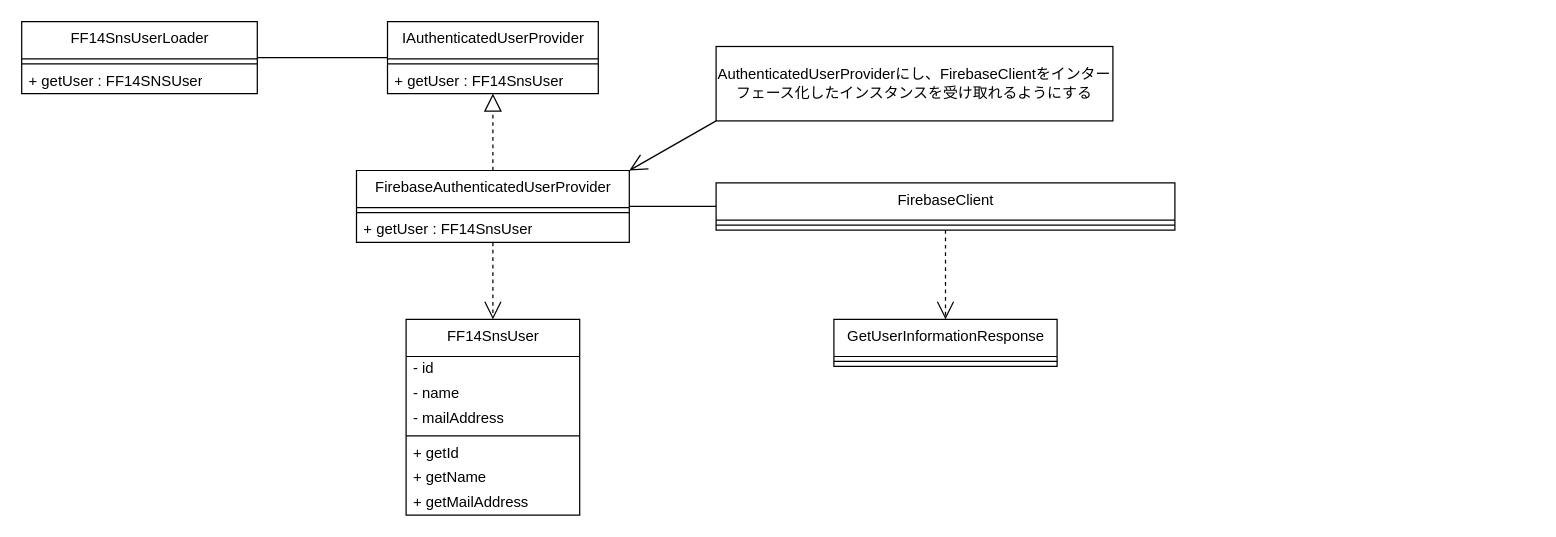
Earlier version of the draw.io diagram page "UserModule" (4 of 6) of ff14-sns.drawio (Mouwf/FF14SNS). Source tidied: cells renumbered, new cells numbered last; positions are measured from the earlier drawing's top-left corner, leaving out a move shared by most shapes. Both pictures are drawn from the tidied source at 124%, with x=0, y=0 at pixel (21, 21).
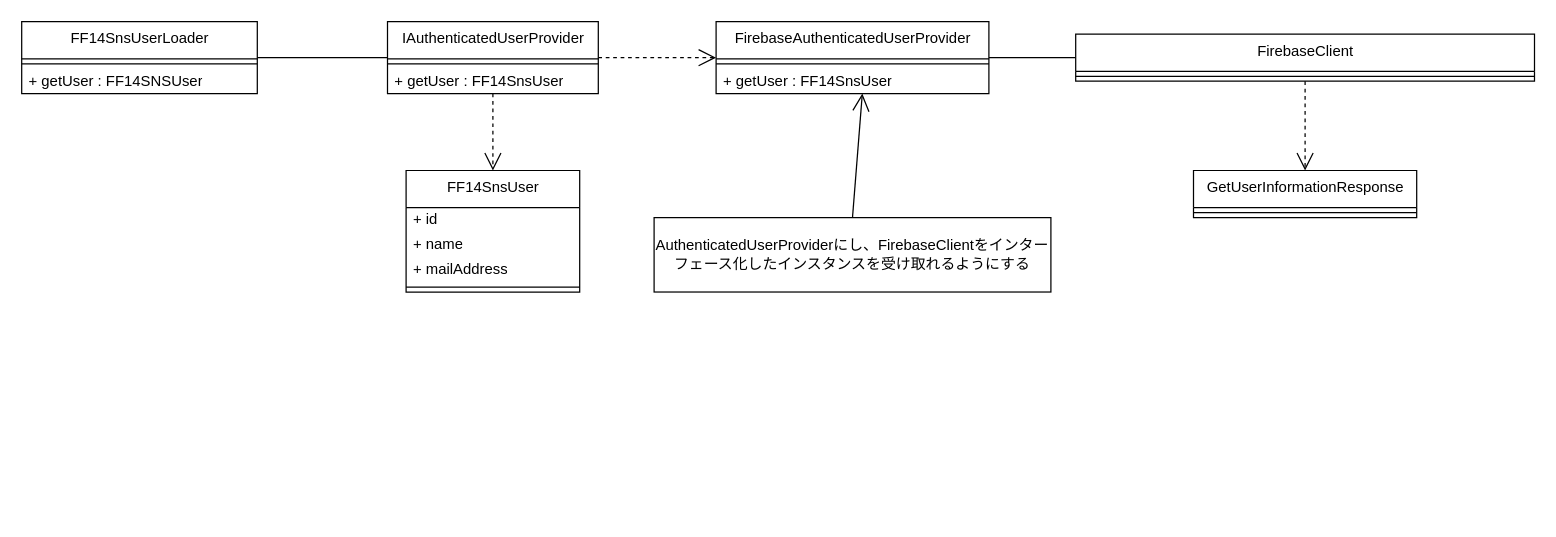
The same page after the edit.

The change refers to these unchanged cells:
```xml
<mxCell id="10" value="IAuthenticatedUserProvider" style="swimlane;fontStyle=0;align=center;verticalAlign=top;horizontal=1;startSize=30;html=1;" parent="1" vertex="1">
  <mxGeometry x="295" width="170" height="58" as="geometry" />
</mxCell>
<mxCell id="12" value="+ getUser : FF14SnsUser" style="text;html=1;strokeColor=none;fillColor=none;align=left;verticalAlign=middle;spacingLeft=4;spacingRight=4;overflow=hidden;points=[[0,0.5],[1,0.5]];portConstraint=eastwest;" parent="10" vertex="1">
  <mxGeometry y="38" width="170" height="20" as="geometry" />
</mxCell>
<mxCell id="18" value="+ getUser : FF14SnsUser" style="text;html=1;strokeColor=none;fillColor=none;align=left;verticalAlign=middle;spacingLeft=4;spacingRight=4;overflow=hidden;points=[[0,0.5],[1,0.5]];portConstraint=eastwest;" parent="16" vertex="1">
  <mxGeometry y="38" width="220" height="20" as="geometry" />
</mxCell>
```

Change to the diagram source:
```diff
@@
     <mxCell id="2" value="FF14SnsUser" style="swimlane;fontStyle=0;align=center;verticalAlign=top;horizontal=1;startSize=30;html=1;" parent="1" vertex="1">
-      <mxGeometry x="310" y="240" width="140" height="158" as="geometry" />
+      <mxGeometry x="310" y="120" width="140" height="98" as="geometry" />
     </mxCell>
-    <mxCell id="3" value="- id" style="text;html=1;strokeColor=none;fillColor=none;align=left;verticalAlign=middle;spacingLeft=4;spacingRight=4;overflow=hidden;" parent="2" vertex="1">
+    <mxCell id="3" value="+ id" style="text;html=1;strokeColor=none;fillColor=none;align=left;verticalAlign=middle;spacingLeft=4;spacingRight=4;overflow=hidden;" parent="2" vertex="1">
       <mxGeometry y="30" width="140" height="20" as="geometry" />
     </mxCell>
-    <mxCell id="4" value="- name" style="text;html=1;strokeColor=none;fillColor=none;align=left;verticalAlign=middle;spacingLeft=4;spacingRight=4;overflow=hidden;" parent="2" vertex="1">
+    <mxCell id="4" value="+ name" style="text;html=1;strokeColor=none;fillColor=none;align=left;verticalAlign=middle;spacingLeft=4;spacingRight=4;overflow=hidden;" parent="2" vertex="1">
       <mxGeometry y="50" width="140" height="20" as="geometry" />
     </mxCell>
-    <mxCell id="5" value="- mailAddress" style="text;html=1;strokeColor=none;fillColor=none;align=left;verticalAlign=middle;spacingLeft=4;spacingRight=4;overflow=hidden;" parent="2" vertex="1">
+    <mxCell id="5" value="+ mailAddress" style="text;html=1;strokeColor=none;fillColor=none;align=left;verticalAlign=middle;spacingLeft=4;spacingRight=4;overflow=hidden;" parent="2" vertex="1">
       <mxGeometry y="70" width="140" height="20" as="geometry" />
     </mxCell>
@@
-    <mxCell id="7" value="+ getId" style="text;html=1;strokeColor=none;fillColor=none;align=left;verticalAlign=middle;spacingLeft=4;spacingRight=4;overflow=hidden;" parent="2" vertex="1">
-      <mxGeometry y="98" width="140" height="20" as="geometry" />
-    </mxCell>
-    <mxCell id="8" value="+ getName" style="text;html=1;strokeColor=none;fillColor=none;align=left;verticalAlign=middle;spacingLeft=4;spacingRight=4;overflow=hidden;" parent="2" vertex="1">
-      <mxGeometry y="118" width="140" height="20" as="geometry" />
-    </mxCell>
-    <mxCell id="9" value="+ getMailAddress" style="text;html=1;strokeColor=none;fillColor=none;align=left;verticalAlign=middle;spacingLeft=4;spacingRight=4;overflow=hidden;" parent="2" vertex="1">
-      <mxGeometry y="138" width="140" height="20" as="geometry" />
-    </mxCell>
+    <mxCell id="30" style="edgeStyle=none;html=1;exitX=1;exitY=0.5;exitDx=0;exitDy=0;dashed=1;endArrow=open;endFill=0;endSize=12;" parent="1" edge="1" source="10" target="16">
+      <mxGeometry relative="1" as="geometry" />
+    </mxCell>
@@
-    <mxCell id="13" style="edgeStyle=none;rounded=0;jumpSize=6;html=1;exitX=0.5;exitY=0;exitDx=0;exitDy=0;strokeWidth=1;endArrow=block;endFill=0;endSize=12;targetPerimeterSpacing=0;dashed=1;" parent="1" edge="1" source="16" target="12">
-      <mxGeometry relative="1" as="geometry" />
-    </mxCell>
@@
-    <mxCell id="15" style="edgeStyle=none;html=1;endArrow=open;endFill=0;entryX=0.5;entryY=0;entryDx=0;entryDy=0;dashed=1;endSize=12;" parent="1" edge="1" source="16" target="2">
-      <mxGeometry relative="1" as="geometry" />
-    </mxCell>
     <mxCell id="16" value="FirebaseAuthenticatedUserProvider" style="swimlane;fontStyle=0;align=center;verticalAlign=top;horizontal=1;startSize=30;html=1;" parent="1" vertex="1">
-      <mxGeometry x="270" y="120" width="220" height="58" as="geometry" />
+      <mxGeometry x="560" width="220" height="58" as="geometry" />
     </mxCell>
@@
     <mxCell id="24" value="FirebaseClient" style="swimlane;fontStyle=0;align=center;verticalAlign=top;horizontal=1;startSize=30;html=1;" parent="1" vertex="1">
-      <mxGeometry x="560" y="130" width="370" height="38" as="geometry" />
+      <mxGeometry x="850" y="10" width="370" height="38" as="geometry" />
     </mxCell>
@@
     <mxCell id="26" value="&lt;span style=&quot;text-align: left;&quot;&gt;GetUserInformationResponse&lt;/span&gt;" style="swimlane;fontStyle=0;align=center;verticalAlign=top;horizontal=1;startSize=30;html=1;" parent="1" vertex="1">
-      <mxGeometry x="655" y="240" width="180" height="38" as="geometry" />
+      <mxGeometry x="945" y="120" width="180" height="38" as="geometry" />
     </mxCell>
@@
-    <mxCell id="28" style="edgeStyle=none;html=1;exitX=0;exitY=1;exitDx=0;exitDy=0;entryX=1;entryY=0;entryDx=0;entryDy=0;endArrow=open;endFill=0;endSize=12;" parent="1" edge="1" source="29" target="16">
+    <mxCell id="28" style="edgeStyle=none;html=1;exitX=0.5;exitY=0;exitDx=0;exitDy=0;entryX=0.536;entryY=1;entryDx=0;entryDy=0;endArrow=open;endFill=0;endSize=12;entryPerimeter=0;" parent="1" edge="1" source="29" target="18">
       <mxGeometry relative="1" as="geometry" />
     </mxCell>
     <mxCell id="29" value="AuthenticatedUserProviderにし、FirebaseClientをインターフェース化したインスタンスを受け取れるようにする" style="rounded=0;whiteSpace=wrap;html=1;" parent="1" vertex="1">
-      <mxGeometry x="560" y="20" width="320" height="60" as="geometry" />
+      <mxGeometry x="510" y="158" width="320" height="60" as="geometry" />
     </mxCell>
+    <mxCell id="31" style="edgeStyle=none;html=1;entryX=0.5;entryY=0;entryDx=0;entryDy=0;dashed=1;endArrow=open;endFill=0;endSize=12;" parent="1" edge="1" source="12" target="2">
+      <mxGeometry relative="1" as="geometry" />
+    </mxCell>
```
